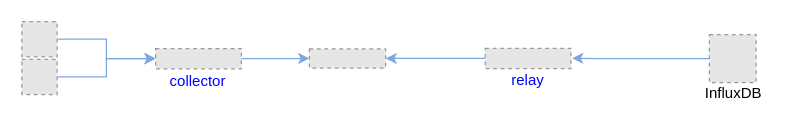
The draw.io diagram diagrams/pipeline_nats_influxdb.drawio in karimra/gnmic, before the edit. Source tidied: cells renumbered, new cells numbered last; positions are measured from the earlier drawing's top-left corner, leaving out a move shared by most shapes. Both pictures are drawn from the tidied source at 125%, with x=0, y=0 at pixel (21, 21). Pictures stored in the file or linked from it are replaced by grey dashed boxes.
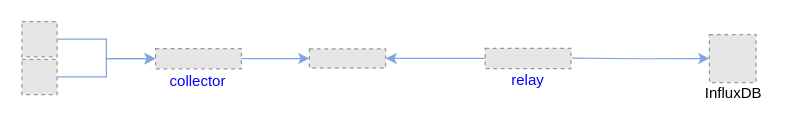
The same page after the edit.

Diff of the diagram source:
```diff
@@
 <mxGraphModel>
   <root>
     <mxCell id="0" />
     <mxCell id="1" parent="0" />
     <mxCell id="2" style="edgeStyle=orthogonalEdgeStyle;rounded=0;jettySize=auto;html=1;exitX=1;exitY=0.5;exitDx=0;exitDy=0;entryX=0;entryY=0.5;entryDx=0;entryDy=0;strokeColor=#7EA6E0;" parent="1" edge="1" source="3" target="6">
       <mxGeometry relative="1" as="geometry" />
     </mxCell>
     <mxCell id="3" style="fillColor=#E6E6E6;strokeColor=#999999;dashed=1;verticalLabelPosition=bottom;labelBackgroundColor=#ffffff;verticalAlign=top;" parent="1" vertex="1">
       <mxGeometry y="-0.3" width="28.2" height="28.2" as="geometry" />
     </mxCell>
     <mxCell id="4" style="edgeStyle=orthogonalEdgeStyle;rounded=0;jettySize=auto;html=1;exitX=1;exitY=0.5;exitDx=0;exitDy=0;strokeColor=#7EA6E0;entryX=0;entryY=0.5;entryDx=0;entryDy=0;" parent="1" edge="1" source="5" target="6">
       <mxGeometry relative="1" as="geometry" />
     </mxCell>
     <mxCell id="5" style="fillColor=#E6E6E6;strokeColor=#999999;dashed=1;verticalLabelPosition=bottom;labelBackgroundColor=#ffffff;verticalAlign=top;" parent="1" vertex="1">
       <mxGeometry y="29.9" width="28.2" height="28.2" as="geometry" />
     </mxCell>
     <mxCell id="6" style="fillColor=#E6E6E6;strokeColor=#999999;dashed=1;verticalLabelPosition=bottom;labelBackgroundColor=#ffffff;verticalAlign=top;" parent="1" vertex="1">
       <mxGeometry x="107" y="21.3" width="68.6" height="16.2" as="geometry" />
     </mxCell>
     <mxCell id="7" style="edgeStyle=orthogonalEdgeStyle;rounded=0;jettySize=auto;html=1;strokeColor=#7EA6E0;exitX=0;exitY=0.5;exitDx=0;exitDy=0;entryX=1;entryY=0.5;entryDx=0;entryDy=0;" parent="1" edge="1" source="8" target="10">
       <mxGeometry relative="1" as="geometry" />
     </mxCell>
     <mxCell id="8" style="fillColor=#E6E6E6;strokeColor=#999999;dashed=1;verticalLabelPosition=bottom;labelBackgroundColor=#ffffff;verticalAlign=top;" parent="1" vertex="1">
       <mxGeometry x="370.7" y="21.1" width="68.6" height="16.2" as="geometry" />
     </mxCell>
-    <mxCell id="9" style="edgeStyle=orthogonalEdgeStyle;rounded=0;jettySize=auto;html=1;strokeColor=#7EA6E0;exitX=0;exitY=0.5;exitDx=0;exitDy=0;entryX=1.013;entryY=0.492;entryDx=0;entryDy=0;entryPerimeter=0;" parent="1" edge="1" target="8">
+    <mxCell id="9" style="edgeStyle=orthogonalEdgeStyle;rounded=0;jettySize=auto;html=1;strokeColor=#7EA6E0;entryX=0;entryY=0.5;entryDx=0;entryDy=0;" parent="1" edge="1" target="14">
       <mxGeometry relative="1" as="geometry">
-        <mxPoint x="550" y="29.3" as="sourcePoint" />
-        <Array as="points">
-          <mxPoint x="460" y="29" />
-        </Array>
+        <mxPoint x="440" y="29" as="sourcePoint" />
       </mxGeometry>
     </mxCell>
     <mxCell id="10" style="fillColor=#E6E6E6;strokeColor=#999999;dashed=1;verticalLabelPosition=bottom;labelBackgroundColor=#ffffff;verticalAlign=top;" parent="1" vertex="1">
       <mxGeometry x="230" y="21.6" width="61" height="15.4" as="geometry" />
     </mxCell>
     <mxCell id="11" style="edgeStyle=orthogonalEdgeStyle;rounded=0;jettySize=auto;html=1;strokeColor=#7EA6E0;entryX=0;entryY=0.5;entryDx=0;entryDy=0;" parent="1" edge="1" source="6" target="10">
       <mxGeometry relative="1" as="geometry" />
     </mxCell>
     <mxCell id="12" value="&lt;font color=&quot;#0000ff&quot;&gt;collector&lt;/font&gt;" style="text;html=1;strokeColor=none;fillColor=none;align=center;verticalAlign=middle;whiteSpace=wrap;rounded=0;" parent="1" vertex="1">
       <mxGeometry x="121.3" y="38" width="40" height="20" as="geometry" />
     </mxCell>
     <mxCell id="13" value="&lt;font color=&quot;#0000ff&quot;&gt;relay&lt;/font&gt;" style="text;html=1;strokeColor=none;fillColor=none;align=center;verticalAlign=middle;whiteSpace=wrap;rounded=0;" parent="1" vertex="1">
       <mxGeometry x="385" y="37" width="40" height="20" as="geometry" />
     </mxCell>
     <mxCell id="14" style="fillColor=#E6E6E6;strokeColor=#999999;dashed=1;verticalLabelPosition=bottom;labelBackgroundColor=#ffffff;verticalAlign=top;" parent="1" vertex="1">
       <mxGeometry x="550" y="10.2" width="37.4" height="38.3" as="geometry" />
     </mxCell>
     <mxCell id="15" value="&lt;font style=&quot;font-size: 12px&quot; color=&quot;#000000&quot;&gt;&lt;span style=&quot;font-size: 12px&quot;&gt;InfluxDB&lt;/span&gt;&lt;/font&gt;" style="text;html=1;align=center;verticalAlign=middle;spacingTop=-4;fontSize=12;fontFamily=Nokia Pure Text;fontColor=#001135;" parent="1" vertex="1">
       <mxGeometry x="538.7" y="48.6" width="60" height="20" as="geometry" />
     </mxCell>
   </root>
 </mxGraphModel>
```
